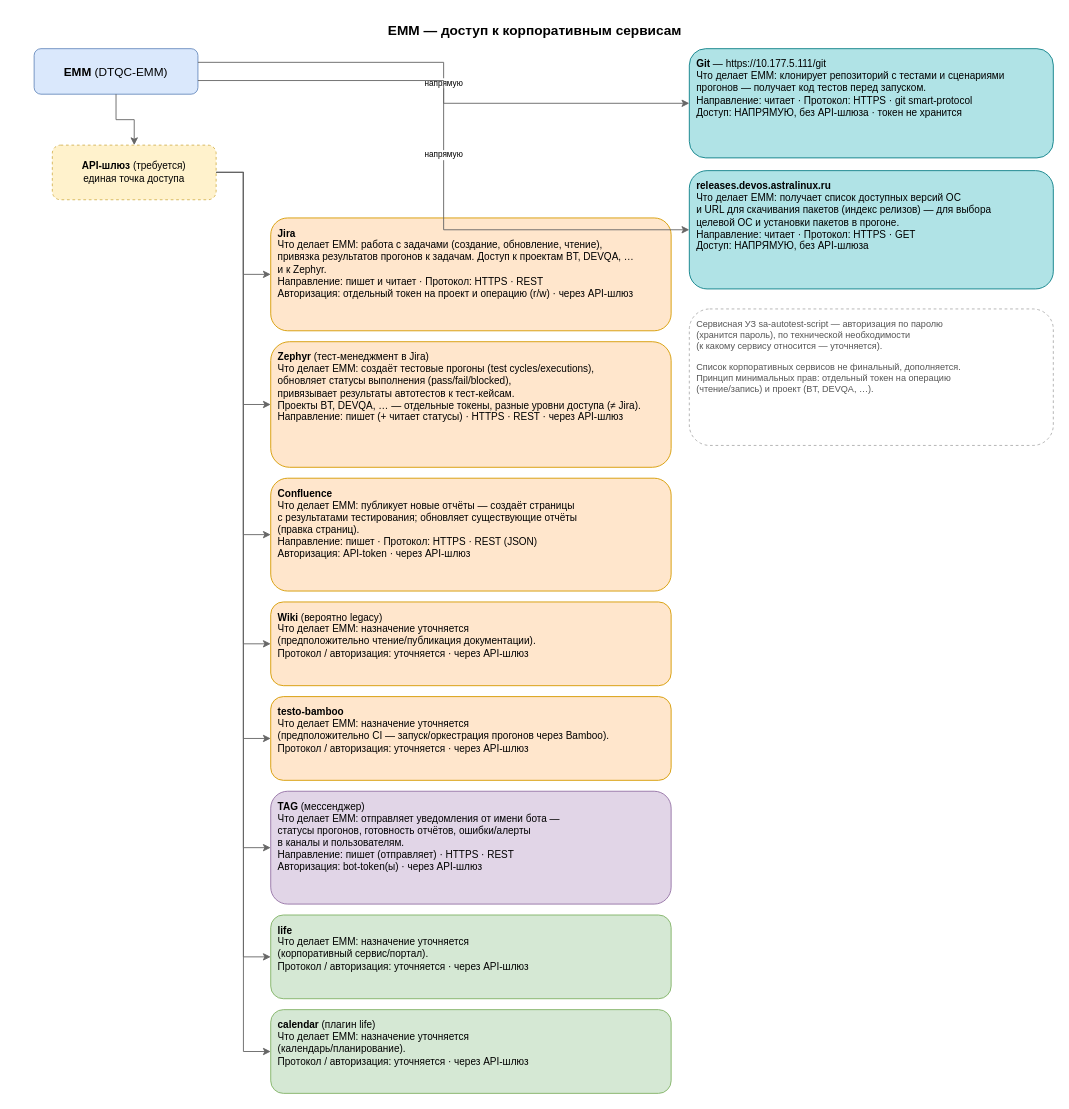
Earlier version of the draw.io diagram dbos_server_service/diagrams/external-integrations.drawio (N2OCaKeS/stress_test). Source tidied: cells renumbered, new cells numbered last; positions are measured from the earlier drawing's top-left corner, leaving out a move shared by most shapes. Both pictures are drawn from the tidied source at 91%, with x=0, y=0 at pixel (15, 15).
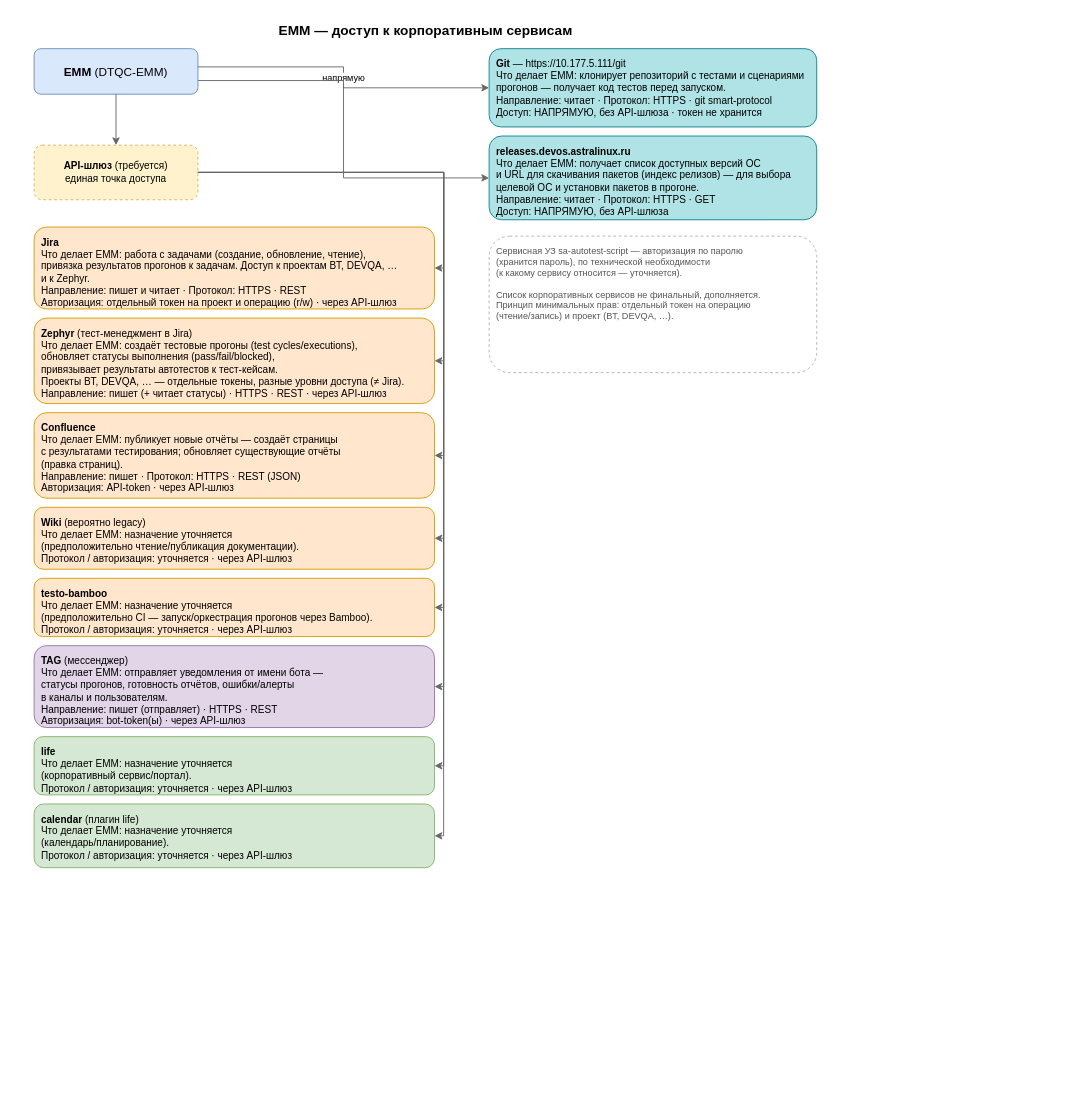
Above is the later version.

Commit message:
stack services under gateway with one direct label

Unchanged cells that the change refers to:
```xml
<mxCell id="3" value="&lt;b&gt;EMM&lt;/b&gt; (DTQC-EMM)" style="rounded=1;whiteSpace=wrap;html=1;fillColor=#dae8fc;strokeColor=#6c8ebf;fontSize=13;" parent="1" vertex="1">
  <mxGeometry x="20" y="36" width="180" height="50" as="geometry" />
</mxCell>
```

The edit, as a diff of the source:
```diff
@@
     <mxCell id="2" value="EMM — доступ к корпоративным сервисам" style="text;html=1;align=center;fontSize=15;fontStyle=1;" parent="1" vertex="1">
-      <mxGeometry width="1140" height="24" as="geometry" />
+      <mxGeometry width="900" height="24" as="geometry" />
     </mxCell>
@@
     <mxCell id="4" value="&lt;b&gt;API-шлюз&lt;/b&gt; (требуется)&lt;br&gt;единая точка доступа" style="rounded=1;whiteSpace=wrap;html=1;fillColor=#fff2cc;strokeColor=#d6b656;dashed=1;fontSize=11;" parent="1" vertex="1">
-      <mxGeometry x="40" y="142" width="180" height="60" as="geometry" />
+      <mxGeometry x="20" y="142" width="180" height="60" as="geometry" />
     </mxCell>
     <mxCell id="5" value="&lt;b&gt;Git&lt;/b&gt; — https://10.177.5.111/git&lt;br&gt;Что делает EMM: клонирует репозиторий с тестами и сценариями&lt;br&gt;прогонов — получает код тестов перед запуском.&lt;br&gt;Направление: читает · Протокол: HTTPS · git smart-protocol&lt;br&gt;Доступ: НАПРЯМУЮ, без API-шлюза · токен не хранится" style="rounded=1;whiteSpace=wrap;html=1;fillColor=#b0e3e6;strokeColor=#0e8088;align=left;verticalAlign=top;spacingLeft=6;spacingTop=4;fontSize=11;" parent="1" vertex="1">
-      <mxGeometry x="740" y="36" width="400" height="120" as="geometry" />
+      <mxGeometry x="520" y="36" width="360" height="86" as="geometry" />
     </mxCell>
     <mxCell id="6" value="&lt;b&gt;releases.devos.astralinux.ru&lt;/b&gt;&lt;br&gt;Что делает EMM: получает список доступных версий ОС&lt;br&gt;и URL для скачивания пакетов (индекс релизов) — для выбора&lt;br&gt;целевой ОС и установки пакетов в прогоне.&lt;br&gt;Направление: читает · Протокол: HTTPS · GET&lt;br&gt;Доступ: НАПРЯМУЮ, без API-шлюза" style="rounded=1;whiteSpace=wrap;html=1;fillColor=#b0e3e6;strokeColor=#0e8088;align=left;verticalAlign=top;spacingLeft=6;spacingTop=4;fontSize=11;" parent="1" vertex="1">
-      <mxGeometry x="740" y="170" width="400" height="130" as="geometry" />
+      <mxGeometry x="520" y="132" width="360" height="92" as="geometry" />
     </mxCell>
+    <mxCell id="15" value="Сервисная УЗ sa-autotest-script — авторизация по паролю&lt;br&gt;(хранится пароль), по технической необходимости&lt;br&gt;(к какому сервису относится — уточняется).&lt;br&gt;&lt;br&gt;Список корпоративных сервисов не финальный, дополняется.&lt;br&gt;Принцип минимальных прав: отдельный токен на операцию&lt;br&gt;(чтение/запись) и проект (BT, DEVQA, …)." style="rounded=1;whiteSpace=wrap;html=1;fillColor=none;strokeColor=#b0b0b0;dashed=1;align=left;verticalAlign=top;spacingLeft=6;spacingTop=4;fontSize=10;fontColor=#555555;" parent="1" vertex="1">
+      <mxGeometry x="520" y="242" width="360" height="150" as="geometry" />
+    </mxCell>
     <mxCell id="7" value="&lt;b&gt;Jira&lt;/b&gt;&lt;br&gt;Что делает EMM: работа с задачами (создание, обновление, чтение),&lt;br&gt;привязка результатов прогонов к задачам. Доступ к проектам BT, DEVQA, …&lt;br&gt;и к Zephyr.&lt;br&gt;Направление: пишет и читает · Протокол: HTTPS · REST&lt;br&gt;Авторизация: отдельный токен на проект и операцию (r/w) · через API-шлюз" style="rounded=1;whiteSpace=wrap;html=1;fillColor=#ffe6cc;strokeColor=#d79b00;align=left;verticalAlign=top;spacingLeft=6;spacingTop=4;fontSize=11;" parent="1" vertex="1">
-      <mxGeometry x="280" y="222" width="440" height="124" as="geometry" />
+      <mxGeometry x="20" y="232" width="440" height="90" as="geometry" />
     </mxCell>
     <mxCell id="8" value="&lt;b&gt;Zephyr&lt;/b&gt; (тест-менеджмент в Jira)&lt;br&gt;Что делает EMM: создаёт тестовые прогоны (test cycles/executions),&lt;br&gt;обновляет статусы выполнения (pass/fail/blocked),&lt;br&gt;привязывает результаты автотестов к тест-кейсам.&lt;br&gt;Проекты BT, DEVQA, … — отдельные токены, разные уровни доступа (≠ Jira).&lt;br&gt;Направление: пишет (+ читает статусы) · HTTPS · REST · через API-шлюз" style="rounded=1;whiteSpace=wrap;html=1;fillColor=#ffe6cc;strokeColor=#d79b00;align=left;verticalAlign=top;spacingLeft=6;spacingTop=4;fontSize=11;" parent="1" vertex="1">
-      <mxGeometry x="280" y="358" width="440" height="138" as="geometry" />
+      <mxGeometry x="20" y="332" width="440" height="94" as="geometry" />
     </mxCell>
     <mxCell id="9" value="&lt;b&gt;Confluence&lt;/b&gt;&lt;br&gt;Что делает EMM: публикует новые отчёты — создаёт страницы&lt;br&gt;с результатами тестирования; обновляет существующие отчёты&lt;br&gt;(правка страниц).&lt;br&gt;Направление: пишет · Протокол: HTTPS · REST (JSON)&lt;br&gt;Авторизация: API-token · через API-шлюз" style="rounded=1;whiteSpace=wrap;html=1;fillColor=#ffe6cc;strokeColor=#d79b00;align=left;verticalAlign=top;spacingLeft=6;spacingTop=4;fontSize=11;" parent="1" vertex="1">
-      <mxGeometry x="280" y="508" width="440" height="124" as="geometry" />
+      <mxGeometry x="20" y="436" width="440" height="94" as="geometry" />
     </mxCell>
     <mxCell id="10" value="&lt;b&gt;Wiki&lt;/b&gt; (вероятно legacy)&lt;br&gt;Что делает EMM: назначение уточняется&lt;br&gt;(предположительно чтение/публикация документации).&lt;br&gt;Протокол / авторизация: уточняется · через API-шлюз" style="rounded=1;whiteSpace=wrap;html=1;fillColor=#ffe6cc;strokeColor=#d79b00;align=left;verticalAlign=top;spacingLeft=6;spacingTop=4;fontSize=11;" parent="1" vertex="1">
-      <mxGeometry x="280" y="644" width="440" height="92" as="geometry" />
+      <mxGeometry x="20" y="540" width="440" height="68" as="geometry" />
     </mxCell>
     <mxCell id="11" value="&lt;b&gt;testo-bamboo&lt;/b&gt;&lt;br&gt;Что делает EMM: назначение уточняется&lt;br&gt;(предположительно CI — запуск/оркестрация прогонов через Bamboo).&lt;br&gt;Протокол / авторизация: уточняется · через API-шлюз" style="rounded=1;whiteSpace=wrap;html=1;fillColor=#ffe6cc;strokeColor=#d79b00;align=left;verticalAlign=top;spacingLeft=6;spacingTop=4;fontSize=11;" parent="1" vertex="1">
-      <mxGeometry x="280" y="748" width="440" height="92" as="geometry" />
+      <mxGeometry x="20" y="618" width="440" height="64" as="geometry" />
     </mxCell>
     <mxCell id="12" value="&lt;b&gt;TAG&lt;/b&gt; (мессенджер)&lt;br&gt;Что делает EMM: отправляет уведомления от имени бота —&lt;br&gt;статусы прогонов, готовность отчётов, ошибки/алерты&lt;br&gt;в каналы и пользователям.&lt;br&gt;Направление: пишет (отправляет) · HTTPS · REST&lt;br&gt;Авторизация: bot-token(ы) · через API-шлюз" style="rounded=1;whiteSpace=wrap;html=1;fillColor=#e1d5e7;strokeColor=#9673a6;align=left;verticalAlign=top;spacingLeft=6;spacingTop=4;fontSize=11;" parent="1" vertex="1">
-      <mxGeometry x="280" y="852" width="440" height="124" as="geometry" />
+      <mxGeometry x="20" y="692" width="440" height="90" as="geometry" />
     </mxCell>
     <mxCell id="13" value="&lt;b&gt;life&lt;/b&gt;&lt;br&gt;Что делает EMM: назначение уточняется&lt;br&gt;(корпоративный сервис/портал).&lt;br&gt;Протокол / авторизация: уточняется · через API-шлюз" style="rounded=1;whiteSpace=wrap;html=1;fillColor=#d5e8d4;strokeColor=#82b366;align=left;verticalAlign=top;spacingLeft=6;spacingTop=4;fontSize=11;" parent="1" vertex="1">
-      <mxGeometry x="280" y="988" width="440" height="92" as="geometry" />
+      <mxGeometry x="20" y="792" width="440" height="64" as="geometry" />
     </mxCell>
     <mxCell id="14" value="&lt;b&gt;calendar&lt;/b&gt; (плагин life)&lt;br&gt;Что делает EMM: назначение уточняется&lt;br&gt;(календарь/планирование).&lt;br&gt;Протокол / авторизация: уточняется · через API-шлюз" style="rounded=1;whiteSpace=wrap;html=1;fillColor=#d5e8d4;strokeColor=#82b366;align=left;verticalAlign=top;spacingLeft=6;spacingTop=4;fontSize=11;" parent="1" vertex="1">
-      <mxGeometry x="280" y="1092" width="440" height="92" as="geometry" />
+      <mxGeometry x="20" y="866" width="440" height="70" as="geometry" />
     </mxCell>
-    <mxCell id="15" value="Сервисная УЗ sa-autotest-script — авторизация по паролю&lt;br&gt;(хранится пароль), по технической необходимости&lt;br&gt;(к какому сервису относится — уточняется).&lt;br&gt;&lt;br&gt;Список корпоративных сервисов не финальный, дополняется.&lt;br&gt;Принцип минимальных прав: отдельный токен на операцию&lt;br&gt;(чтение/запись) и проект (BT, DEVQA, …)." style="rounded=1;whiteSpace=wrap;html=1;fillColor=none;strokeColor=#b0b0b0;dashed=1;align=left;verticalAlign=top;spacingLeft=6;spacingTop=4;fontSize=10;fontColor=#555555;" parent="1" vertex="1">
-      <mxGeometry x="740" y="322" width="400" height="150" as="geometry" />
-    </mxCell>
@@
-    <mxCell id="17" value="напрямую" style="edgeStyle=orthogonalEdgeStyle;rounded=0;html=1;exitX=1;exitY=0.3;exitDx=0;exitDy=0;entryX=0;entryY=0.5;entryDx=0;entryDy=0;strokeColor=#666666;fontSize=9;" parent="1" edge="1" source="3" target="5">
+    <mxCell id="17" value="напрямую" style="edgeStyle=orthogonalEdgeStyle;rounded=0;html=1;exitX=1;exitY=0.4;exitDx=0;exitDy=0;entryX=0;entryY=0.5;entryDx=0;entryDy=0;strokeColor=#666666;fontSize=10;" parent="1" edge="1" source="3" target="5">
       <mxGeometry relative="1" as="geometry" />
     </mxCell>
-    <mxCell id="18" value="напрямую" style="edgeStyle=orthogonalEdgeStyle;rounded=0;html=1;exitX=1;exitY=0.7;exitDx=0;exitDy=0;entryX=0;entryY=0.5;entryDx=0;entryDy=0;strokeColor=#666666;fontSize=9;" parent="1" edge="1" source="3" target="6">
+    <mxCell id="18" style="edgeStyle=orthogonalEdgeStyle;rounded=0;html=1;exitX=1;exitY=0.7;exitDx=0;exitDy=0;entryX=0;entryY=0.5;entryDx=0;entryDy=0;strokeColor=#666666;" parent="1" edge="1" source="3" target="6">
       <mxGeometry relative="1" as="geometry" />
     </mxCell>
-    <mxCell id="19" style="edgeStyle=orthogonalEdgeStyle;rounded=0;html=1;exitX=1;exitY=0.5;exitDx=0;exitDy=0;entryX=0;entryY=0.5;entryDx=0;entryDy=0;strokeColor=#666666;" parent="1" edge="1" source="4" target="7">
+    <mxCell id="19" style="edgeStyle=orthogonalEdgeStyle;rounded=0;html=1;exitX=1;exitY=0.5;exitDx=0;exitDy=0;entryX=1;entryY=0.5;entryDx=0;entryDy=0;strokeColor=#666666;" parent="1" edge="1" source="4" target="7">
       <mxGeometry relative="1" as="geometry" />
     </mxCell>
-    <mxCell id="20" style="edgeStyle=orthogonalEdgeStyle;rounded=0;html=1;exitX=1;exitY=0.5;exitDx=0;exitDy=0;entryX=0;entryY=0.5;entryDx=0;entryDy=0;strokeColor=#666666;" parent="1" edge="1" source="4" target="8">
+    <mxCell id="20" style="edgeStyle=orthogonalEdgeStyle;rounded=0;html=1;exitX=1;exitY=0.5;exitDx=0;exitDy=0;entryX=1;entryY=0.5;entryDx=0;entryDy=0;strokeColor=#666666;" parent="1" edge="1" source="4" target="8">
       <mxGeometry relative="1" as="geometry" />
     </mxCell>
-    <mxCell id="21" style="edgeStyle=orthogonalEdgeStyle;rounded=0;html=1;exitX=1;exitY=0.5;exitDx=0;exitDy=0;entryX=0;entryY=0.5;entryDx=0;entryDy=0;strokeColor=#666666;" parent="1" edge="1" source="4" target="9">
+    <mxCell id="21" style="edgeStyle=orthogonalEdgeStyle;rounded=0;html=1;exitX=1;exitY=0.5;exitDx=0;exitDy=0;entryX=1;entryY=0.5;entryDx=0;entryDy=0;strokeColor=#666666;" parent="1" edge="1" source="4" target="9">
       <mxGeometry relative="1" as="geometry" />
     </mxCell>
-    <mxCell id="22" style="edgeStyle=orthogonalEdgeStyle;rounded=0;html=1;exitX=1;exitY=0.5;exitDx=0;exitDy=0;entryX=0;entryY=0.5;entryDx=0;entryDy=0;strokeColor=#666666;" parent="1" edge="1" source="4" target="10">
+    <mxCell id="22" style="edgeStyle=orthogonalEdgeStyle;rounded=0;html=1;exitX=1;exitY=0.5;exitDx=0;exitDy=0;entryX=1;entryY=0.5;entryDx=0;entryDy=0;strokeColor=#666666;" parent="1" edge="1" source="4" target="10">
       <mxGeometry relative="1" as="geometry" />
     </mxCell>
-    <mxCell id="23" style="edgeStyle=orthogonalEdgeStyle;rounded=0;html=1;exitX=1;exitY=0.5;exitDx=0;exitDy=0;entryX=0;entryY=0.5;entryDx=0;entryDy=0;strokeColor=#666666;" parent="1" edge="1" source="4" target="11">
+    <mxCell id="23" style="edgeStyle=orthogonalEdgeStyle;rounded=0;html=1;exitX=1;exitY=0.5;exitDx=0;exitDy=0;entryX=1;entryY=0.5;entryDx=0;entryDy=0;strokeColor=#666666;" parent="1" edge="1" source="4" target="11">
       <mxGeometry relative="1" as="geometry" />
     </mxCell>
-    <mxCell id="24" style="edgeStyle=orthogonalEdgeStyle;rounded=0;html=1;exitX=1;exitY=0.5;exitDx=0;exitDy=0;entryX=0;entryY=0.5;entryDx=0;entryDy=0;strokeColor=#666666;" parent="1" edge="1" source="4" target="12">
+    <mxCell id="24" style="edgeStyle=orthogonalEdgeStyle;rounded=0;html=1;exitX=1;exitY=0.5;exitDx=0;exitDy=0;entryX=1;entryY=0.5;entryDx=0;entryDy=0;strokeColor=#666666;" parent="1" edge="1" source="4" target="12">
       <mxGeometry relative="1" as="geometry" />
     </mxCell>
-    <mxCell id="25" style="edgeStyle=orthogonalEdgeStyle;rounded=0;html=1;exitX=1;exitY=0.5;exitDx=0;exitDy=0;entryX=0;entryY=0.5;entryDx=0;entryDy=0;strokeColor=#666666;" parent="1" edge="1" source="4" target="13">
+    <mxCell id="25" style="edgeStyle=orthogonalEdgeStyle;rounded=0;html=1;exitX=1;exitY=0.5;exitDx=0;exitDy=0;entryX=1;entryY=0.5;entryDx=0;entryDy=0;strokeColor=#666666;" parent="1" edge="1" source="4" target="13">
       <mxGeometry relative="1" as="geometry" />
     </mxCell>
-    <mxCell id="26" style="edgeStyle=orthogonalEdgeStyle;rounded=0;html=1;exitX=1;exitY=0.5;exitDx=0;exitDy=0;entryX=0;entryY=0.5;entryDx=0;entryDy=0;strokeColor=#666666;" parent="1" edge="1" source="4" target="14">
+    <mxCell id="26" style="edgeStyle=orthogonalEdgeStyle;rounded=0;html=1;exitX=1;exitY=0.5;exitDx=0;exitDy=0;entryX=1;entryY=0.5;entryDx=0;entryDy=0;strokeColor=#666666;" parent="1" edge="1" source="4" target="14">
       <mxGeometry relative="1" as="geometry" />
     </mxCell>
```
